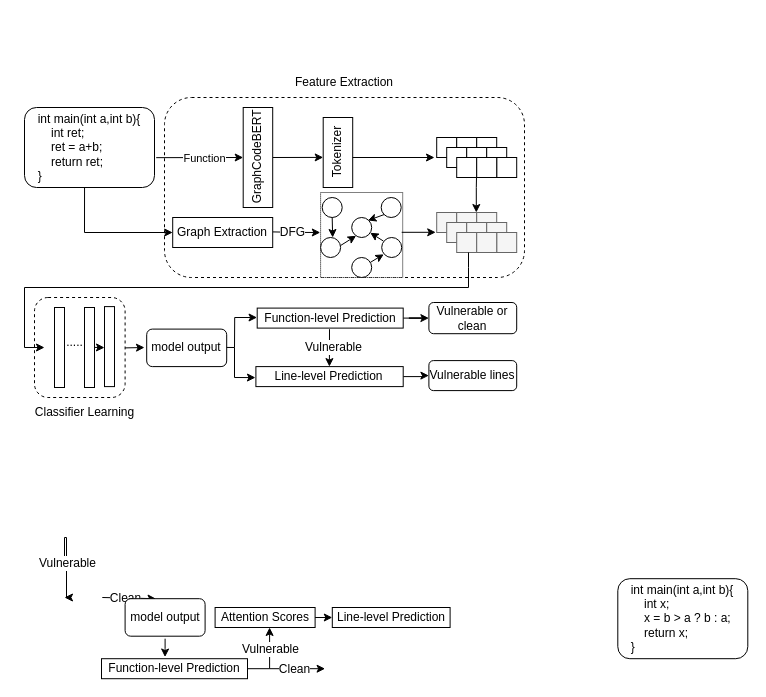
Above: Untitled Diagram.drawio in Adam-01/diagrams (draw.io), before the change. Source tidied: cells renumbered, new cells numbered last; positions are measured from the earlier drawing's top-left corner, leaving out a move shared by most shapes. Both pictures are drawn from the tidied source at 100%, with x=0, y=0 at pixel (20, 17).
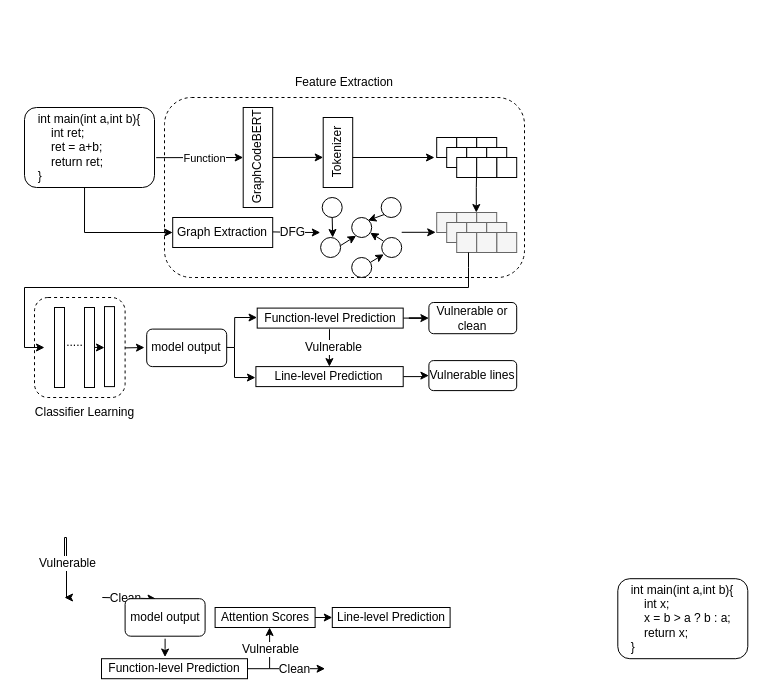
The same page after the edit.

What changed in the source:
```diff
@@
-    <mxCell id="15" style="rounded=0;whiteSpace=wrap;html=1;strokeColor=default;fontFamily=Helvetica;fontSize=12;fontColor=default;fillColor=default;direction=south;dashed=1;dashPattern=1 1;" parent="1" vertex="1">
-      <mxGeometry x="300.1" y="175" width="82.1" height="85" as="geometry" />
-    </mxCell>
```
